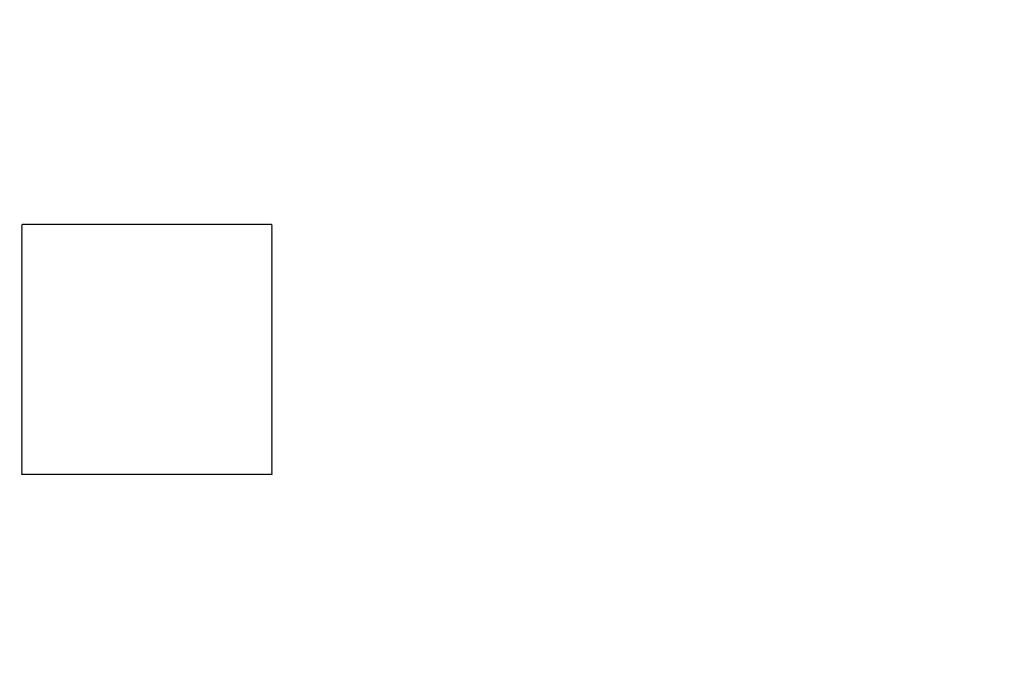
Before: Lab3/On-premises architecture.drawio in khad0062/CST8913, a draw.io diagram. Source tidied: cells renumbered, new cells numbered last; positions are measured from the earlier drawing's top-left corner, leaving out a move shared by most shapes. Both pictures are drawn from the tidied source at 125%, with x=0, y=0 at pixel (21, 224).
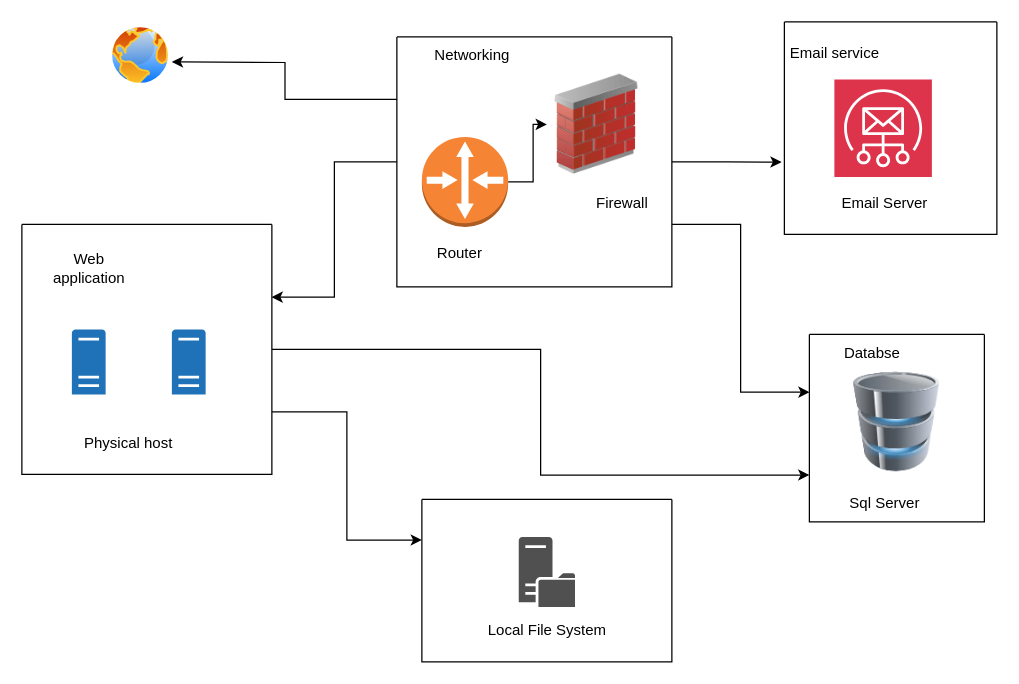
Above is the later version.

What changed in the source:
```diff
@@
+    <mxCell id="3" style="edgeStyle=orthogonalEdgeStyle;rounded=0;jettySize=auto;html=1;exitX=1;exitY=0.75;exitDx=0;exitDy=0;entryX=0;entryY=0.25;entryDx=0;entryDy=0;" parent="1" edge="1" source="2" target="12">
+      <mxGeometry relative="1" as="geometry" />
+    </mxCell>
+    <mxCell id="4" style="edgeStyle=orthogonalEdgeStyle;rounded=0;jettySize=auto;html=1;exitX=1;exitY=0.5;exitDx=0;exitDy=0;entryX=0;entryY=0.75;entryDx=0;entryDy=0;" parent="1" edge="1" source="2" target="9">
+      <mxGeometry relative="1" as="geometry" />
+    </mxCell>
-    <mxCell id="2" style="swimlane;startSize=0;" parent="1" vertex="1">
+    <mxCell id="2" style="swimlane;startSize=0;fillColor=light-dark(#B3FF66,var(--ge-dark-color, #121212));" parent="1" vertex="1">
       <mxGeometry width="200" height="200" as="geometry" />
     </mxCell>
+    <mxCell id="5" value="Web application" style="text;html=1;align=center;verticalAlign=middle;whiteSpace=wrap;rounded=0;" parent="2" vertex="1">
+      <mxGeometry x="23.5" y="20" width="60" height="30" as="geometry" />
+    </mxCell>
+    <mxCell id="6" style="sketch=0;shadow=0;dashed=0;html=1;strokeColor=none;labelPosition=center;verticalLabelPosition=bottom;verticalAlign=top;align=center;shape=mxgraph.office.servers.physical_host;fillColor=#2072B8;" parent="2" vertex="1">
+      <mxGeometry x="40" y="84" width="27" height="52" as="geometry" />
+    </mxCell>
+    <mxCell id="7" style="sketch=0;shadow=0;dashed=0;html=1;strokeColor=none;labelPosition=center;verticalLabelPosition=bottom;verticalAlign=top;align=center;shape=mxgraph.office.servers.physical_host;fillColor=#2072B8;" parent="2" vertex="1">
+      <mxGeometry x="120" y="84" width="27" height="52" as="geometry" />
+    </mxCell>
+    <mxCell id="8" value="Physical host" style="text;html=1;align=center;verticalAlign=middle;strokeColor=none;fillColor=none;" parent="2" vertex="1">
+      <mxGeometry x="40" y="160" width="90" height="30" as="geometry" />
+    </mxCell>
+    <mxCell id="9" style="swimlane;startSize=0;" parent="1" vertex="1">
+      <mxGeometry x="630" y="88" width="140" height="150" as="geometry" />
+    </mxCell>
+    <mxCell id="10" value="Sql Server" style="text;html=1;align=center;verticalAlign=middle;strokeColor=none;fillColor=none;" parent="9" vertex="1">
+      <mxGeometry x="20" y="120" width="80" height="30" as="geometry" />
+    </mxCell>
+    <mxCell id="11" style="image;html=1;image=img/lib/clip_art/computers/Database_128x128.png;" parent="9" vertex="1">
+      <mxGeometry x="30" y="30" width="80" height="80" as="geometry" />
+    </mxCell>
+    <mxCell id="12" style="swimlane;startSize=0;" parent="1" vertex="1">
+      <mxGeometry x="320" y="220" width="200" height="130" as="geometry" />
+    </mxCell>
+    <mxCell id="13" style="sketch=0;shadow=0;dashed=0;html=1;strokeColor=none;fillColor=#505050;labelPosition=center;verticalLabelPosition=bottom;verticalAlign=top;align=center;shape=mxgraph.office.servers.file_server;" parent="12" vertex="1">
+      <mxGeometry x="77.5" y="30" width="45" height="56" as="geometry" />
+    </mxCell>
+    <mxCell id="14" value="Local File System" style="text;html=1;align=center;verticalAlign=middle;strokeColor=none;fillColor=none;" parent="12" vertex="1">
+      <mxGeometry x="40" y="90" width="120" height="30" as="geometry" />
+    </mxCell>
+    <mxCell id="15" style="edgeStyle=orthogonalEdgeStyle;rounded=0;jettySize=auto;html=1;exitX=0;exitY=0.25;exitDx=0;exitDy=0;" parent="1" edge="1" source="16">
+      <mxGeometry relative="1" as="geometry">
+        <mxPoint x="120" y="-130" as="targetPoint" />
+      </mxGeometry>
+    </mxCell>
+    <mxCell id="16" style="swimlane;startSize=0;" parent="1" vertex="1">
+      <mxGeometry x="300" y="-150" width="220" height="200" as="geometry" />
+    </mxCell>
+    <mxCell id="17" style="image;html=1;image=img/lib/clip_art/networking/Firewall_02_128x128.png;" parent="16" vertex="1">
+      <mxGeometry x="120" y="30" width="80" height="80" as="geometry" />
+    </mxCell>
+    <mxCell id="18" style="edgeStyle=orthogonalEdgeStyle;rounded=0;jettySize=auto;html=1;exitX=1;exitY=0.5;exitDx=0;exitDy=0;exitPerimeter=0;" parent="16" edge="1" source="19" target="17">
+      <mxGeometry relative="1" as="geometry" />
+    </mxCell>
+    <mxCell id="19" style="outlineConnect=0;dashed=0;verticalLabelPosition=bottom;verticalAlign=top;align=center;html=1;shape=mxgraph.aws3.router;fillColor=#F58534;gradientColor=none;" parent="16" vertex="1">
+      <mxGeometry x="20" y="80" width="69" height="72" as="geometry" />
+    </mxCell>
+    <mxCell id="20" value="Networking" style="text;html=1;align=center;verticalAlign=middle;strokeColor=none;fillColor=none;" parent="16" vertex="1">
+      <mxGeometry x="20" width="80" height="30" as="geometry" />
+    </mxCell>
+    <mxCell id="21" value="Router" style="text;html=1;align=center;verticalAlign=middle;strokeColor=none;fillColor=none;" parent="1" vertex="1">
+      <mxGeometry x="320" y="8" width="60" height="30" as="geometry" />
+    </mxCell>
+    <mxCell id="22" value="Firewall" style="text;html=1;align=center;verticalAlign=middle;strokeColor=none;fillColor=none;" parent="1" vertex="1">
+      <mxGeometry x="450" y="-32" width="60" height="30" as="geometry" />
+    </mxCell>
+    <mxCell id="23" style="swimlane;startSize=0;" parent="1" vertex="1">
+      <mxGeometry x="610" y="-162" width="170" height="170" as="geometry" />
+    </mxCell>
+    <mxCell id="24" style="sketch=0;fontColor=#232F3E;fillColor=#DD344C;strokeColor=#ffffff;dashed=0;verticalLabelPosition=bottom;verticalAlign=top;align=center;html=1;fontSize=12;fontStyle=0;shape=mxgraph.aws4.resourceIcon;resIcon=mxgraph.aws4.simple_email_service;" parent="23" vertex="1">
+      <mxGeometry x="40" y="46" width="78" height="78" as="geometry" />
+    </mxCell>
+    <mxCell id="25" value="Email Server" style="text;html=1;align=center;verticalAlign=middle;strokeColor=none;fillColor=none;" parent="1" vertex="1">
+      <mxGeometry x="645" y="-32" width="90" height="30" as="geometry" />
+    </mxCell>
+    <mxCell id="26" style="edgeStyle=orthogonalEdgeStyle;rounded=0;jettySize=auto;html=1;exitX=1;exitY=0.5;exitDx=0;exitDy=0;entryX=-0.013;entryY=0.66;entryDx=0;entryDy=0;entryPerimeter=0;" parent="1" edge="1" source="16" target="23">
+      <mxGeometry relative="1" as="geometry" />
+    </mxCell>
+    <mxCell id="27" style="edgeStyle=orthogonalEdgeStyle;rounded=0;jettySize=auto;html=1;exitX=0;exitY=0.5;exitDx=0;exitDy=0;entryX=0.999;entryY=0.291;entryDx=0;entryDy=0;entryPerimeter=0;" parent="1" edge="1" source="16" target="2">
+      <mxGeometry relative="1" as="geometry" />
+    </mxCell>
+    <mxCell id="28" value="Databse" style="text;html=1;align=center;verticalAlign=middle;strokeColor=none;fillColor=none;" parent="1" vertex="1">
+      <mxGeometry x="645" y="88" width="70" height="30" as="geometry" />
+    </mxCell>
+    <mxCell id="29" style="image;perimeter=ellipsePerimeter;html=1;align=center;shadow=0;dashed=0;spacingTop=3;image=img/lib/active_directory/internet_globe.svg;" parent="1" vertex="1">
+      <mxGeometry x="70" y="-160" width="50" height="50" as="geometry" />
+    </mxCell>
+    <mxCell id="30" style="edgeStyle=orthogonalEdgeStyle;rounded=0;jettySize=auto;html=1;exitX=1;exitY=0.75;exitDx=0;exitDy=0;entryX=0.001;entryY=0.308;entryDx=0;entryDy=0;entryPerimeter=0;" parent="1" edge="1" source="16" target="9">
+      <mxGeometry relative="1" as="geometry" />
+    </mxCell>
+    <mxCell id="31" value="Email service" style="text;html=1;align=center;verticalAlign=middle;strokeColor=none;fillColor=none;" parent="1" vertex="1">
+      <mxGeometry x="605" y="-152" width="90" height="30" as="geometry" />
+    </mxCell>
```
